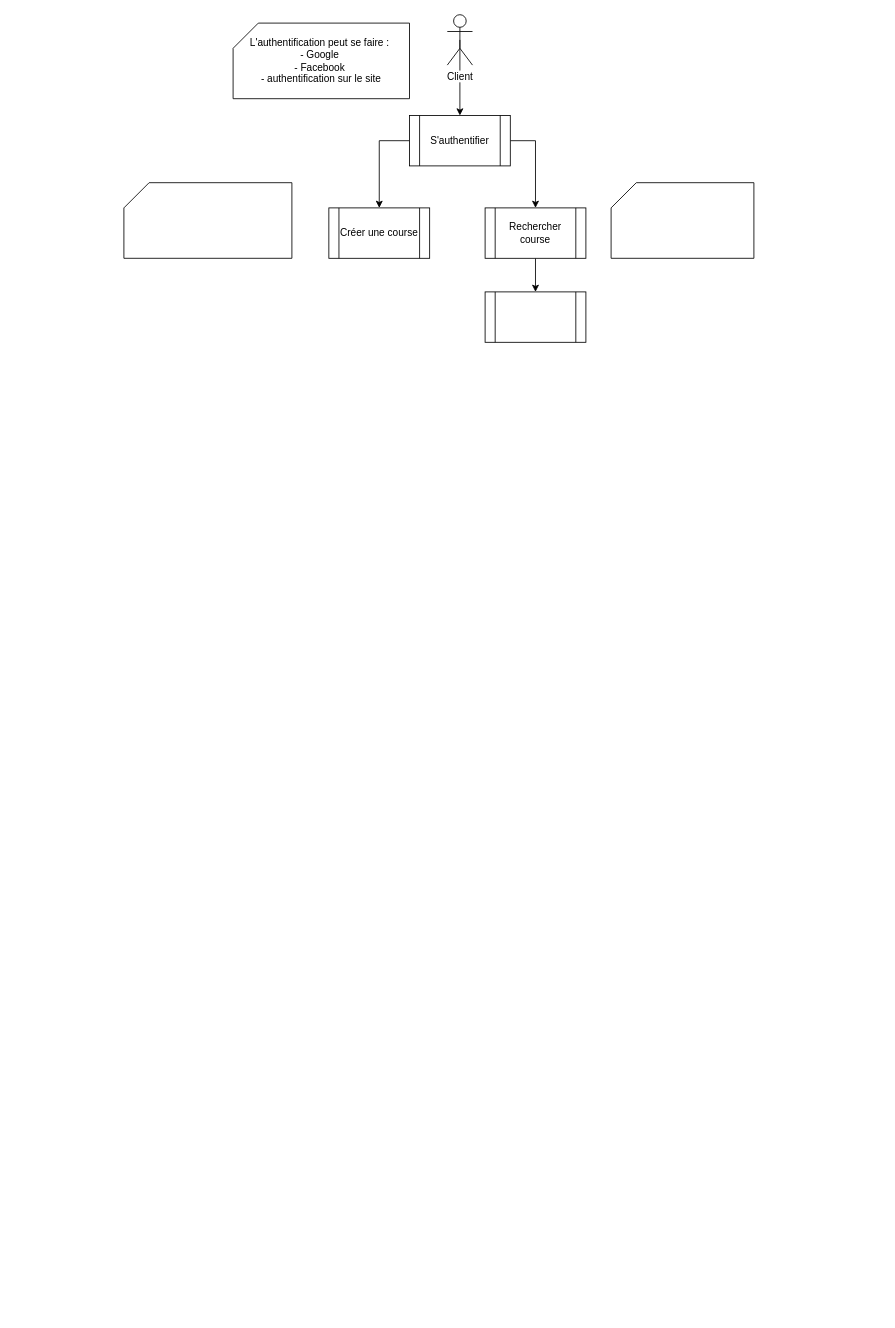
Earlier version of the draw.io diagram S'move.drawio (ekooo/essai). Source tidied: cells renumbered, new cells numbered last; positions are measured from the earlier drawing's top-left corner, leaving out a move shared by most shapes. Both pictures are drawn from the tidied source at 84%, with x=0, y=0 at pixel (123, 14).
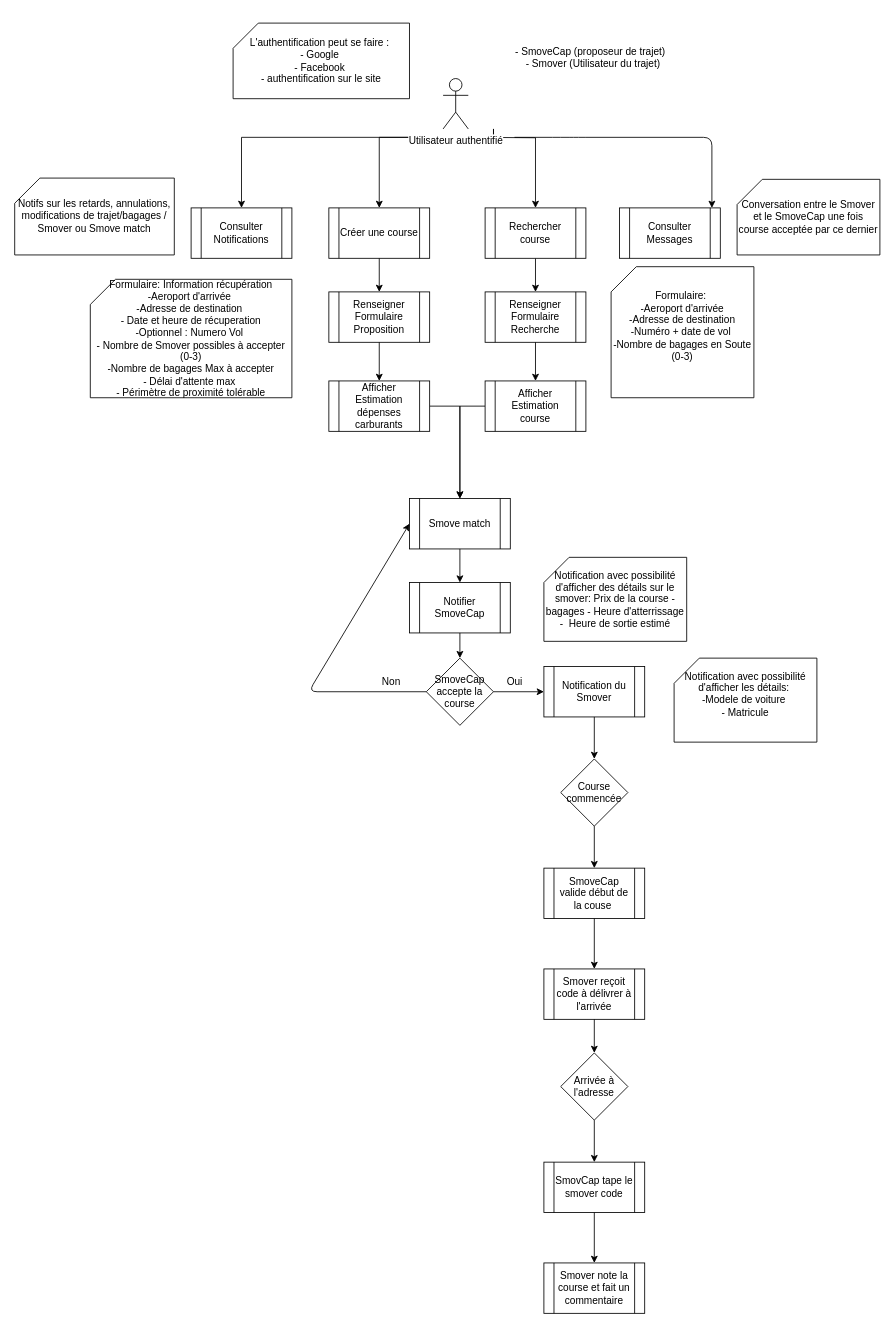
After the change.

The change refers to these unchanged cells:
```xml
<mxCell id="9" value="Rechercher course" style="shape=process;whiteSpace=wrap;html=1;backgroundOutline=1;" parent="1" vertex="1">
  <mxGeometry x="430" y="230" width="120" height="60" as="geometry" />
</mxCell>
<mxCell id="12" value="Créer une course" style="shape=process;whiteSpace=wrap;html=1;backgroundOutline=1;" parent="1" vertex="1">
  <mxGeometry x="244" y="230" width="120" height="60" as="geometry" />
</mxCell>
```

Change to the diagram source:
```diff
@@
-    <mxCell id="2" style="edgeStyle=orthogonalEdgeStyle;rounded=0;jettySize=auto;html=1;exitX=0.5;exitY=0.5;exitDx=0;exitDy=0;exitPerimeter=0;entryX=0.5;entryY=0;entryDx=0;entryDy=0;" parent="1" edge="1" source="3" target="6">
-      <mxGeometry relative="1" as="geometry" />
-    </mxCell>
-    <mxCell id="3" value="Client" style="shape=umlActor;verticalLabelPosition=bottom;labelBackgroundColor=#ffffff;verticalAlign=top;html=1;outlineConnect=0;" parent="1" vertex="1">
-      <mxGeometry x="385" width="30" height="60" as="geometry" />
-    </mxCell>
-    <mxCell id="4" style="edgeStyle=orthogonalEdgeStyle;rounded=0;jettySize=auto;html=1;exitX=1;exitY=0.5;exitDx=0;exitDy=0;" parent="1" edge="1" source="6" target="9">
-      <mxGeometry relative="1" as="geometry" />
+    <mxCell id="4" style="edgeStyle=orthogonalEdgeStyle;rounded=0;jettySize=auto;html=1;" parent="1" edge="1" target="9">
+      <mxGeometry relative="1" as="geometry">
+        <mxPoint x="420" y="146" as="sourcePoint" />
+      </mxGeometry>
     </mxCell>
-    <mxCell id="5" style="edgeStyle=orthogonalEdgeStyle;rounded=0;jettySize=auto;html=1;exitX=0;exitY=0.5;exitDx=0;exitDy=0;entryX=0.5;entryY=0;entryDx=0;entryDy=0;" parent="1" edge="1" source="6" target="12">
-      <mxGeometry relative="1" as="geometry" />
+    <mxCell id="5" style="edgeStyle=orthogonalEdgeStyle;rounded=0;jettySize=auto;html=1;exitX=0;exitY=1;exitDx=0;exitDy=0;entryX=0.5;entryY=0;entryDx=0;entryDy=0;exitPerimeter=0;" parent="1" edge="1" target="12">
+      <mxGeometry relative="1" as="geometry">
+        <mxPoint x="440" y="136" as="sourcePoint" />
+        <Array as="points">
+          <mxPoint x="304" y="146" />
+        </Array>
+      </mxGeometry>
     </mxCell>
-    <mxCell id="6" value="S'authentifier" style="shape=process;whiteSpace=wrap;html=1;backgroundOutline=1;" parent="1" vertex="1">
-      <mxGeometry x="340" y="120" width="120" height="60" as="geometry" />
-    </mxCell>
+    <mxCell id="14" style="edgeStyle=orthogonalEdgeStyle;rounded=0;orthogonalLoop=1;jettySize=auto;html=1;exitX=0;exitY=1;exitDx=0;exitDy=0;exitPerimeter=0;" parent="1" edge="1">
+      <mxGeometry relative="1" as="geometry">
+        <mxPoint x="440" y="136" as="sourcePoint" />
+        <mxPoint x="140" y="230" as="targetPoint" />
+        <Array as="points">
+          <mxPoint x="140" y="146" />
+        </Array>
+      </mxGeometry>
+    </mxCell>
@@
-    <mxCell id="10" style="shape=card;whiteSpace=wrap;html=1;" parent="1" vertex="1">
-      <mxGeometry x="580" y="200" width="170" height="90" as="geometry" />
+    <mxCell id="10" value="Formulaire:&amp;nbsp;&lt;br&gt;-Aeroport d'arrivée&lt;br&gt;-Adresse de destination&lt;br&gt;-Numéro + date de vol&amp;nbsp;&lt;br&gt;-Nombre de bagages en Soute (0-3)&lt;br&gt;&amp;nbsp;&amp;nbsp;" style="shape=card;whiteSpace=wrap;html=1;" parent="1" vertex="1">
+      <mxGeometry x="580" y="300" width="170" height="156" as="geometry" />
     </mxCell>
-    <mxCell id="11" style="shape=process;whiteSpace=wrap;html=1;backgroundOutline=1;" parent="1" vertex="1">
+    <mxCell id="11" value="Renseigner Formulaire Recherche" style="shape=process;whiteSpace=wrap;html=1;backgroundOutline=1;" parent="1" vertex="1">
       <mxGeometry x="430" y="330" width="120" height="60" as="geometry" />
     </mxCell>
@@
-    <mxCell id="13" style="shape=card;whiteSpace=wrap;html=1;" parent="1" vertex="1">
-      <mxGeometry y="200" width="200" height="90" as="geometry" />
+    <mxCell id="13" value="Formulaire: Information récupération&lt;br&gt;-Aeroport d'arrivée&amp;nbsp;&lt;br&gt;-Adresse de destination&amp;nbsp;&lt;br&gt;- Date et heure de récuperation&lt;br&gt;-Optionnel : Numero Vol&amp;nbsp;&lt;br&gt;- Nombre de Smover possibles à accepter (0-3)&lt;br&gt;-Nombre de bagages Max à accepter&lt;br&gt;- Délai d'attente max&amp;nbsp;&lt;br&gt;- Périmètre de proximité tolérable" style="shape=card;whiteSpace=wrap;html=1;" parent="1" vertex="1">
+      <mxGeometry x="-40" y="315" width="240" height="141" as="geometry" />
     </mxCell>
+    <mxCell id="15" value="Consulter Notifications" style="shape=process;whiteSpace=wrap;html=1;backgroundOutline=1;" parent="1" vertex="1">
+      <mxGeometry x="80" y="230" width="120" height="60" as="geometry" />
+    </mxCell>
+    <mxCell id="16" value="Consulter Messages" style="shape=process;whiteSpace=wrap;html=1;backgroundOutline=1;" parent="1" vertex="1">
+      <mxGeometry x="590" y="230" width="120" height="60" as="geometry" />
+    </mxCell>
+    <mxCell id="17" value="Renseigner Formulaire Proposition" style="shape=process;whiteSpace=wrap;html=1;backgroundOutline=1;" parent="1" vertex="1">
+      <mxGeometry x="244" y="330" width="120" height="60" as="geometry" />
+    </mxCell>
+    <mxCell id="18" style="edgeStyle=orthogonalEdgeStyle;rounded=0;jettySize=auto;html=1;exitX=0.5;exitY=1;exitDx=0;exitDy=0;entryX=0.5;entryY=0;entryDx=0;entryDy=0;" parent="1" edge="1" source="12" target="17">
+      <mxGeometry relative="1" as="geometry" />
+    </mxCell>
+    <mxCell id="19" value="- SmoveCap (proposeur de trajet)&lt;br&gt;&amp;nbsp; - Smover (Utilisateur du trajet)" style="text;html=1;align=center;verticalAlign=middle;" parent="1" vertex="1">
+      <mxGeometry x="460" y="36" width="190" height="30" as="geometry" />
+    </mxCell>
+    <mxCell id="20" value="Notifs sur les retards, annulations, modifications de trajet/bagages / Smover ou Smove match" style="shape=card;whiteSpace=wrap;html=1;" parent="1" vertex="1">
+      <mxGeometry x="-130" y="194.5" width="190" height="91.5" as="geometry" />
+    </mxCell>
+    <mxCell id="21" style="edgeStyle=orthogonalEdgeStyle;rounded=0;jettySize=auto;html=1;exitX=0;exitY=0.5;exitDx=0;exitDy=0;" parent="1" edge="1" source="38" target="22">
+      <mxGeometry relative="1" as="geometry" />
+    </mxCell>
+    <mxCell id="22" value="Smove match" style="shape=process;whiteSpace=wrap;html=1;backgroundOutline=1;" parent="1" vertex="1">
+      <mxGeometry x="340" y="576" width="120" height="60" as="geometry" />
+    </mxCell>
+    <mxCell id="23" style="edgeStyle=orthogonalEdgeStyle;rounded=0;jettySize=auto;html=1;exitX=1;exitY=0.5;exitDx=0;exitDy=0;" parent="1" edge="1" source="39">
+      <mxGeometry relative="1" as="geometry">
+        <mxPoint x="400" y="576" as="targetPoint" />
+        <Array as="points">
+          <mxPoint x="400" y="466" />
+        </Array>
+      </mxGeometry>
+    </mxCell>
+    <mxCell id="24" value="SmoveCap accepte la course" style="rhombus;whiteSpace=wrap;html=1;" parent="1" vertex="1">
+      <mxGeometry x="360" y="766" width="80" height="80" as="geometry" />
+    </mxCell>
+    <mxCell id="25" value="Notification du Smover" style="shape=process;whiteSpace=wrap;html=1;backgroundOutline=1;" parent="1" vertex="1">
+      <mxGeometry x="500" y="776" width="120" height="60" as="geometry" />
+    </mxCell>
+    <mxCell id="26" value="Notifier SmoveCap" style="shape=process;whiteSpace=wrap;html=1;backgroundOutline=1;" parent="1" vertex="1">
+      <mxGeometry x="340" y="676" width="120" height="60" as="geometry" />
+    </mxCell>
+    <mxCell id="27" value="Oui" style="text;html=1;align=center;verticalAlign=middle;" parent="1" vertex="1">
+      <mxGeometry x="450" y="785" width="30" height="20" as="geometry" />
+    </mxCell>
+    <mxCell id="28" style="endArrow=classic;html=1;exitX=1;exitY=0.5;exitDx=0;exitDy=0;entryX=0;entryY=0.5;entryDx=0;entryDy=0;" parent="1" edge="1" source="24" target="25">
+      <mxGeometry relative="1" as="geometry" />
+    </mxCell>
+    <mxCell id="29" style="endArrow=classic;html=1;exitX=0.5;exitY=1;exitDx=0;exitDy=0;entryX=0.5;entryY=0;entryDx=0;entryDy=0;" parent="1" edge="1" source="22" target="26">
+      <mxGeometry relative="1" as="geometry" />
+    </mxCell>
+    <mxCell id="30" style="endArrow=classic;html=1;entryX=0.5;entryY=0;entryDx=0;entryDy=0;" parent="1" edge="1" target="24">
+      <mxGeometry relative="1" as="geometry">
+        <mxPoint x="400" y="736" as="sourcePoint" />
+      </mxGeometry>
+    </mxCell>
+    <mxCell id="31" style="endArrow=classic;html=1;exitX=0;exitY=0.5;exitDx=0;exitDy=0;entryX=0;entryY=0.5;entryDx=0;entryDy=0;" parent="1" edge="1" source="24" target="22">
+      <mxGeometry relative="1" as="geometry">
+        <Array as="points">
+          <mxPoint x="220" y="806" />
+        </Array>
+      </mxGeometry>
+    </mxCell>
+    <mxCell id="32" value="Non" style="text;html=1;align=center;verticalAlign=middle;" parent="1" vertex="1">
+      <mxGeometry x="298" y="785" width="40" height="20" as="geometry" />
+    </mxCell>
+    <mxCell id="33" value="Course commencée" style="rhombus;whiteSpace=wrap;html=1;" parent="1" vertex="1">
+      <mxGeometry x="520" y="886" width="80" height="80" as="geometry" />
+    </mxCell>
+    <mxCell id="34" value="SmoveCap valide début de la couse&amp;nbsp;" style="shape=process;whiteSpace=wrap;html=1;backgroundOutline=1;" parent="1" vertex="1">
+      <mxGeometry x="500" y="1016" width="120" height="60" as="geometry" />
+    </mxCell>
+    <mxCell id="35" value="Arrivée à l'adresse" style="rhombus;whiteSpace=wrap;html=1;" parent="1" vertex="1">
+      <mxGeometry x="520" y="1236" width="80" height="80" as="geometry" />
+    </mxCell>
+    <mxCell id="36" value="Notification avec possibilité d'afficher des détails sur le smover: Prix de la course - bagages - Heure d'atterrissage -&amp;nbsp; Heure de sortie estimé" style="shape=card;whiteSpace=wrap;html=1;" parent="1" vertex="1">
+      <mxGeometry x="500" y="646" width="170" height="100" as="geometry" />
+    </mxCell>
+    <mxCell id="37" value="Notification avec possibilité d'afficher les détails:&amp;nbsp;&lt;br&gt;-Modele de voiture&amp;nbsp;&lt;br&gt;- Matricule&lt;br&gt;&amp;nbsp;" style="shape=card;whiteSpace=wrap;html=1;" parent="1" vertex="1">
+      <mxGeometry x="655" y="766" width="170" height="100" as="geometry" />
+    </mxCell>
+    <mxCell id="38" value="Afficher Estimation course" style="shape=process;whiteSpace=wrap;html=1;backgroundOutline=1;" parent="1" vertex="1">
+      <mxGeometry x="430" y="436" width="120" height="60" as="geometry" />
+    </mxCell>
+    <mxCell id="39" value="Afficher Estimation dépenses carburants" style="shape=process;whiteSpace=wrap;html=1;backgroundOutline=1;" parent="1" vertex="1">
+      <mxGeometry x="244" y="436" width="120" height="60" as="geometry" />
+    </mxCell>
+    <mxCell id="40" style="endArrow=classic;html=1;exitX=0.5;exitY=1;exitDx=0;exitDy=0;" parent="1" edge="1" source="11" target="38">
+      <mxGeometry relative="1" as="geometry" />
+    </mxCell>
+    <mxCell id="41" style="endArrow=classic;html=1;exitX=0.5;exitY=1;exitDx=0;exitDy=0;entryX=0.5;entryY=0;entryDx=0;entryDy=0;" parent="1" edge="1" source="17" target="39">
+      <mxGeometry relative="1" as="geometry" />
+    </mxCell>
+    <mxCell id="42" value="Smover reçoit code à délivrer à l'arrivée" style="shape=process;whiteSpace=wrap;html=1;backgroundOutline=1;" parent="1" vertex="1">
+      <mxGeometry x="500" y="1136" width="120" height="60" as="geometry" />
+    </mxCell>
+    <mxCell id="43" value="SmovCap tape le smover code" style="shape=process;whiteSpace=wrap;html=1;backgroundOutline=1;" parent="1" vertex="1">
+      <mxGeometry x="500" y="1366" width="120" height="60" as="geometry" />
+    </mxCell>
+    <mxCell id="44" style="endArrow=classic;html=1;entryX=0.5;entryY=0;entryDx=0;entryDy=0;exitX=1;exitY=1;exitDx=0;exitDy=0;exitPerimeter=0;" parent="1" edge="1">
+      <mxGeometry relative="1" as="geometry">
+        <mxPoint x="465" y="146" as="sourcePoint" />
+        <mxPoint x="700" y="230" as="targetPoint" />
+        <Array as="points">
+          <mxPoint x="520" y="146" />
+          <mxPoint x="540" y="146" />
+          <mxPoint x="700" y="146" />
+        </Array>
+      </mxGeometry>
+    </mxCell>
+    <mxCell id="45" value="Smover note la course et fait un commentaire" style="shape=process;whiteSpace=wrap;html=1;backgroundOutline=1;" parent="1" vertex="1">
+      <mxGeometry x="500" y="1486" width="120" height="60" as="geometry" />
+    </mxCell>
+    <mxCell id="46" style="endArrow=classic;html=1;entryX=0.5;entryY=0;entryDx=0;entryDy=0;" parent="1" edge="1" target="33">
+      <mxGeometry relative="1" as="geometry">
+        <mxPoint x="560" y="836" as="sourcePoint" />
+      </mxGeometry>
+    </mxCell>
+    <mxCell id="47" style="endArrow=classic;html=1;exitX=0.5;exitY=1;exitDx=0;exitDy=0;entryX=0.5;entryY=0;entryDx=0;entryDy=0;" parent="1" edge="1" source="33" target="34">
+      <mxGeometry relative="1" as="geometry" />
+    </mxCell>
+    <mxCell id="48" style="edgeStyle=orthogonalEdgeStyle;rounded=0;orthogonalLoop=1;jettySize=auto;html=1;exitX=0.5;exitY=1;exitDx=0;exitDy=0;" parent="1" edge="1" source="34" target="34">
+      <mxGeometry relative="1" as="geometry" />
+    </mxCell>
+    <mxCell id="49" style="endArrow=classic;html=1;exitX=0.5;exitY=1;exitDx=0;exitDy=0;entryX=0.5;entryY=0;entryDx=0;entryDy=0;" parent="1" edge="1" source="34" target="42">
+      <mxGeometry relative="1" as="geometry" />
+    </mxCell>
+    <mxCell id="50" style="endArrow=classic;html=1;exitX=0.5;exitY=1;exitDx=0;exitDy=0;" parent="1" edge="1" source="42" target="35">
+      <mxGeometry relative="1" as="geometry" />
+    </mxCell>
+    <mxCell id="51" style="endArrow=classic;html=1;exitX=0.5;exitY=1;exitDx=0;exitDy=0;" parent="1" edge="1" source="35" target="43">
+      <mxGeometry relative="1" as="geometry" />
+    </mxCell>
+    <mxCell id="52" style="endArrow=classic;html=1;exitX=0.5;exitY=1;exitDx=0;exitDy=0;entryX=0.5;entryY=0;entryDx=0;entryDy=0;" parent="1" edge="1" source="43" target="45">
+      <mxGeometry relative="1" as="geometry" />
+    </mxCell>
+    <mxCell id="53" value="Utilisateur authentifié" style="shape=umlActor;verticalLabelPosition=bottom;labelBackgroundColor=#ffffff;verticalAlign=top;html=1;" parent="1" vertex="1">
+      <mxGeometry x="380" y="76" width="30" height="60" as="geometry" />
+    </mxCell>
+    <mxCell id="54" value="Conversation entre le Smover et le SmoveCap une fois course acceptée par ce dernier" style="shape=card;whiteSpace=wrap;html=1;" parent="1" vertex="1">
+      <mxGeometry x="730" y="196" width="170" height="90" as="geometry" />
+    </mxCell>
```
